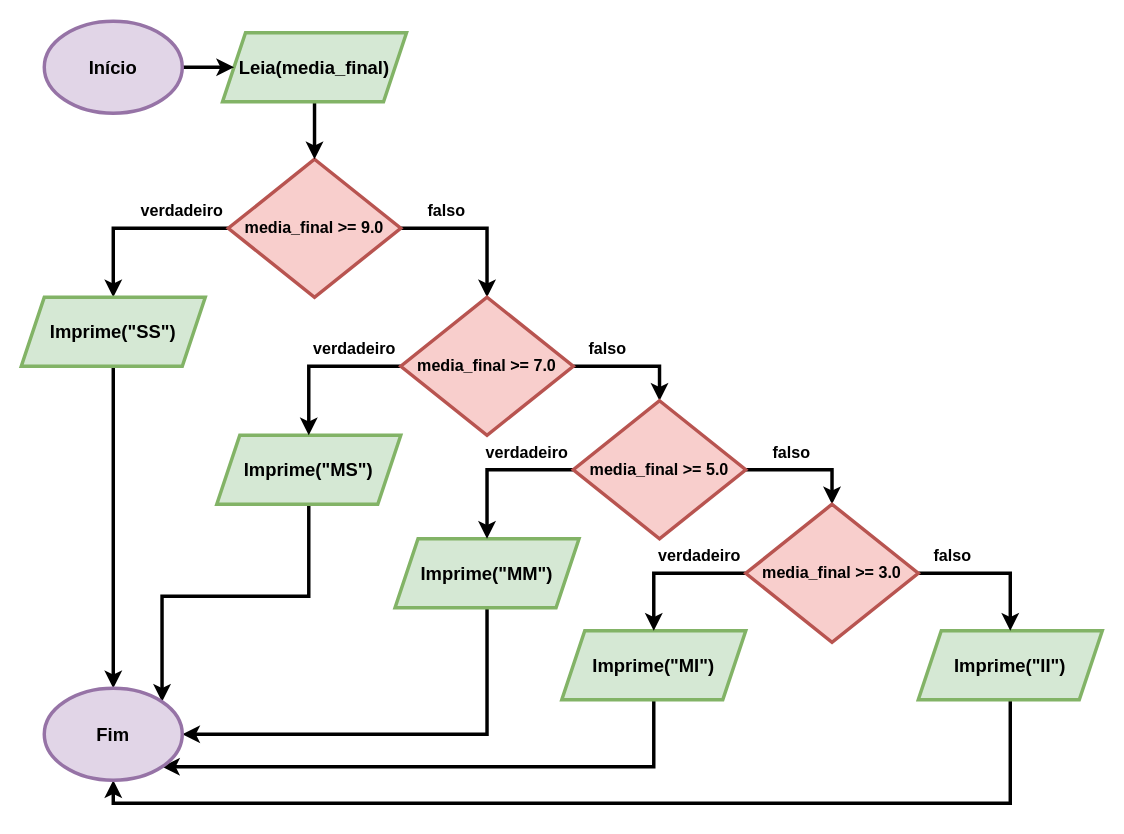
Earlier version of the draw.io diagram nested_ifelse2.drawio (viniciusrpb/drawio_flowcharts). Source tidied: cells renumbered, new cells numbered last; positions are measured from the earlier drawing's top-left corner, leaving out a move shared by most shapes. Both pictures are drawn from the tidied source at 115%, with x=0, y=0 at pixel (21, 21).
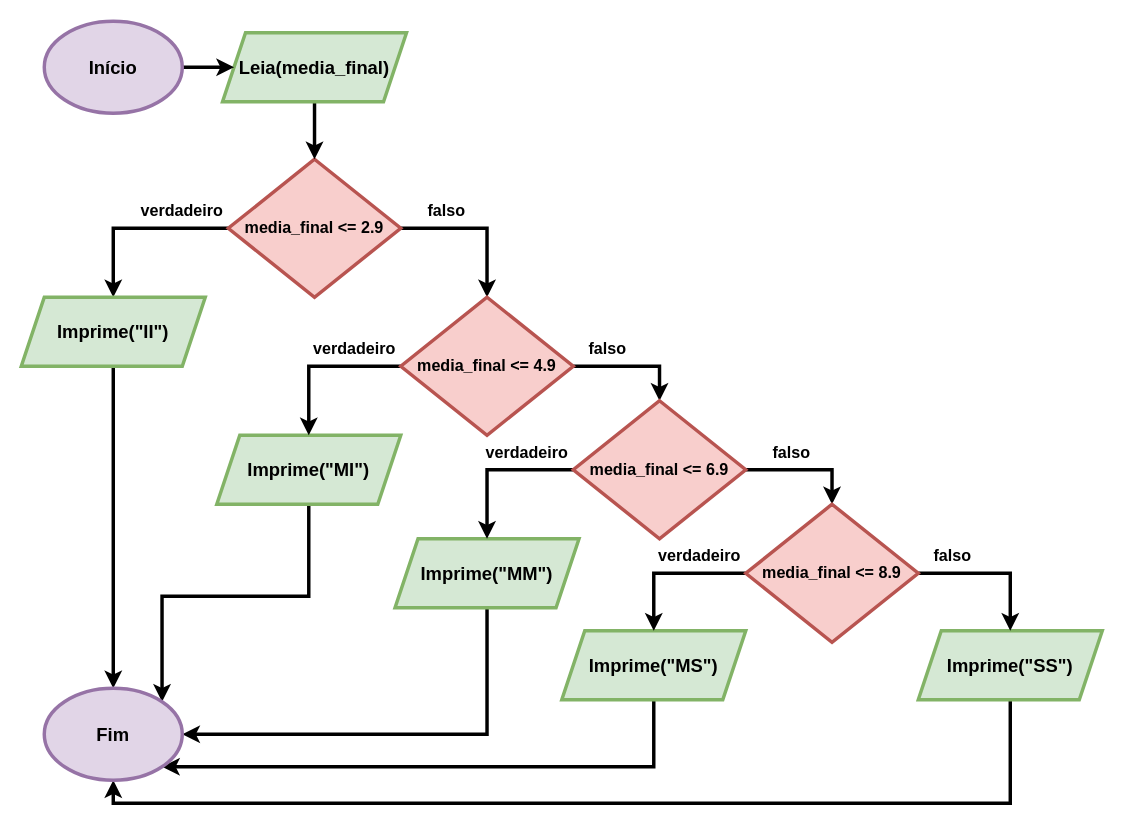
After the change.

Diff of the diagram source:
```diff
@@
-    <mxCell id="4" value="&lt;div style=&quot;font-size: 14px;&quot;&gt;media_final &amp;gt;= 9.0&lt;/div&gt;" style="rhombus;whiteSpace=wrap;html=1;fontStyle=1;fontSize=14;strokeWidth=3;fillColor=#f8cecc;strokeColor=#b85450;" parent="1" vertex="1">
+    <mxCell id="4" value="&lt;div style=&quot;font-size: 14px;&quot;&gt;media_final &amp;lt;= 2.9&lt;/div&gt;" style="rhombus;whiteSpace=wrap;html=1;fontStyle=1;fontSize=14;strokeWidth=3;fillColor=#f8cecc;strokeColor=#b85450;" parent="1" vertex="1">
       <mxGeometry x="180" y="120" width="150" height="120" as="geometry" />
     </mxCell>
@@
-    <mxCell id="6" value="Imprime(&quot;SS&quot;)" style="shape=parallelogram;perimeter=parallelogramPerimeter;whiteSpace=wrap;html=1;fixedSize=1;fontSize=16;fontStyle=1;strokeWidth=3;fillColor=#d5e8d4;strokeColor=#82b366;" parent="1" vertex="1">
+    <mxCell id="6" value="Imprime(&quot;II&quot;)" style="shape=parallelogram;perimeter=parallelogramPerimeter;whiteSpace=wrap;html=1;fixedSize=1;fontSize=16;fontStyle=1;strokeWidth=3;fillColor=#d5e8d4;strokeColor=#82b366;" parent="1" vertex="1">
       <mxGeometry y="240" width="160" height="60" as="geometry" />
     </mxCell>
@@
-    <mxCell id="8" value="Imprime(&quot;MS&lt;span style=&quot;background-color: initial;&quot;&gt;&quot;)&lt;/span&gt;" style="shape=parallelogram;perimeter=parallelogramPerimeter;whiteSpace=wrap;html=1;fixedSize=1;fontSize=16;fontStyle=1;strokeWidth=3;fillColor=#d5e8d4;strokeColor=#82b366;" parent="1" vertex="1">
+    <mxCell id="8" value="Imprime(&quot;MI&lt;span style=&quot;background-color: initial;&quot;&gt;&quot;)&lt;/span&gt;" style="shape=parallelogram;perimeter=parallelogramPerimeter;whiteSpace=wrap;html=1;fixedSize=1;fontSize=16;fontStyle=1;strokeWidth=3;fillColor=#d5e8d4;strokeColor=#82b366;" parent="1" vertex="1">
       <mxGeometry x="170" y="360" width="160" height="60" as="geometry" />
     </mxCell>
@@
-    <mxCell id="12" value="Imprime(&quot;MI&quot;)" style="shape=parallelogram;perimeter=parallelogramPerimeter;whiteSpace=wrap;html=1;fixedSize=1;fontSize=16;fontStyle=1;strokeWidth=3;fillColor=#d5e8d4;strokeColor=#82b366;" parent="1" vertex="1">
+    <mxCell id="12" value="Imprime(&quot;MS&quot;)" style="shape=parallelogram;perimeter=parallelogramPerimeter;whiteSpace=wrap;html=1;fixedSize=1;fontSize=16;fontStyle=1;strokeWidth=3;fillColor=#d5e8d4;strokeColor=#82b366;" parent="1" vertex="1">
       <mxGeometry x="470" y="530" width="160" height="60" as="geometry" />
     </mxCell>
@@
-    <mxCell id="14" value="Imprime(&quot;II&quot;)" style="shape=parallelogram;perimeter=parallelogramPerimeter;whiteSpace=wrap;html=1;fixedSize=1;fontSize=16;fontStyle=1;strokeWidth=3;fillColor=#d5e8d4;strokeColor=#82b366;" parent="1" vertex="1">
+    <mxCell id="14" value="Imprime(&quot;SS&quot;)" style="shape=parallelogram;perimeter=parallelogramPerimeter;whiteSpace=wrap;html=1;fixedSize=1;fontSize=16;fontStyle=1;strokeWidth=3;fillColor=#d5e8d4;strokeColor=#82b366;" parent="1" vertex="1">
       <mxGeometry x="780" y="530" width="160" height="60" as="geometry" />
     </mxCell>
@@
-    <mxCell id="30" value="&lt;div style=&quot;font-size: 14px;&quot;&gt;media_final &amp;gt;= 7.0&lt;/div&gt;" style="rhombus;whiteSpace=wrap;html=1;fontStyle=1;fontSize=14;strokeWidth=3;fillColor=#f8cecc;strokeColor=#b85450;" parent="1" vertex="1">
+    <mxCell id="30" value="&lt;div style=&quot;font-size: 14px;&quot;&gt;media_final &amp;lt;= 4.9&lt;/div&gt;" style="rhombus;whiteSpace=wrap;html=1;fontStyle=1;fontSize=14;strokeWidth=3;fillColor=#f8cecc;strokeColor=#b85450;" parent="1" vertex="1">
       <mxGeometry x="330" y="240" width="150" height="120" as="geometry" />
     </mxCell>
@@
-    <mxCell id="33" value="&lt;div style=&quot;font-size: 14px;&quot;&gt;media_final &amp;gt;= 5.0&lt;/div&gt;" style="rhombus;whiteSpace=wrap;html=1;fontStyle=1;fontSize=14;strokeWidth=3;fillColor=#f8cecc;strokeColor=#b85450;" parent="1" vertex="1">
+    <mxCell id="33" value="&lt;div style=&quot;font-size: 14px;&quot;&gt;media_final &amp;lt;= 6.9&lt;/div&gt;" style="rhombus;whiteSpace=wrap;html=1;fontStyle=1;fontSize=14;strokeWidth=3;fillColor=#f8cecc;strokeColor=#b85450;" parent="1" vertex="1">
       <mxGeometry x="480" y="330" width="150" height="120" as="geometry" />
     </mxCell>
@@
-    <mxCell id="36" value="&lt;div style=&quot;font-size: 14px;&quot;&gt;media_final &amp;gt;= 3.0&lt;/div&gt;" style="rhombus;whiteSpace=wrap;html=1;fontStyle=1;fontSize=14;strokeWidth=3;fillColor=#f8cecc;strokeColor=#b85450;" parent="1" vertex="1">
+    <mxCell id="36" value="&lt;div style=&quot;font-size: 14px;&quot;&gt;media_final &amp;lt;= 8.9&lt;/div&gt;" style="rhombus;whiteSpace=wrap;html=1;fontStyle=1;fontSize=14;strokeWidth=3;fillColor=#f8cecc;strokeColor=#b85450;" parent="1" vertex="1">
       <mxGeometry x="630" y="420" width="150" height="120" as="geometry" />
     </mxCell>
```
